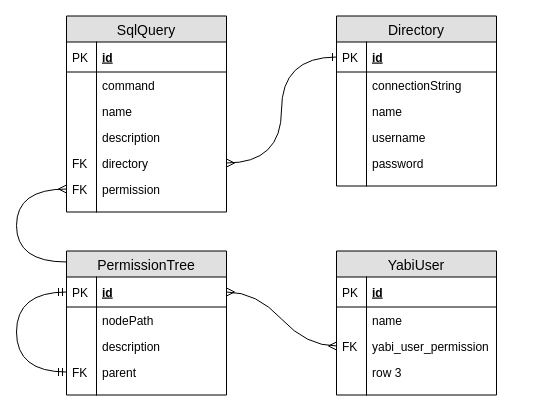
hydrocat/Master-Project keeps this draw.io diagram as images/diagramas/er.drawio. Above is the earlier version. Source tidied: cells renumbered, new cells numbered last; positions are measured from the earlier drawing's top-left corner, leaving out a move shared by most shapes. Both pictures are drawn from the tidied source at 100%, with x=0, y=0 at pixel (16, 16).
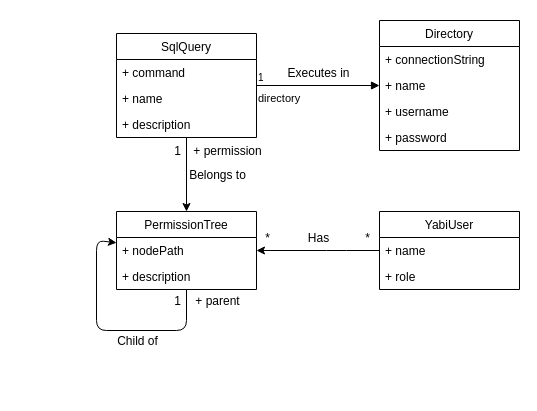
After the change.

What changed in the source:
```diff
@@
+    <mxCell id="38" value="SqlQuery" style="swimlane;fontStyle=0;horizontal=1;startSize=26;fillColor=none;" parent="1" vertex="1">
+      <mxGeometry x="100" y="17" width="140" height="104" as="geometry" />
+    </mxCell>
+    <mxCell id="56" value="+ command" style="text;strokeColor=none;fillColor=none;align=left;verticalAlign=top;spacingLeft=4;spacingRight=4;overflow=hidden;" parent="38" vertex="1">
+      <mxGeometry y="26" width="140" height="26" as="geometry" />
+    </mxCell>
+    <mxCell id="57" value="+ name" style="text;strokeColor=none;fillColor=none;align=left;verticalAlign=top;spacingLeft=4;spacingRight=4;overflow=hidden;" parent="38" vertex="1">
+      <mxGeometry y="52" width="140" height="26" as="geometry" />
+    </mxCell>
+    <mxCell id="58" value="+ description" style="text;strokeColor=none;fillColor=none;align=left;verticalAlign=top;spacingLeft=4;spacingRight=4;overflow=hidden;" parent="38" vertex="1">
+      <mxGeometry y="78" width="140" height="26" as="geometry" />
+    </mxCell>
+    <mxCell id="25" value="Directory" style="swimlane;fontStyle=0;horizontal=1;startSize=26;fillColor=none;" parent="1" vertex="1">
+      <mxGeometry x="363" y="4" width="140" height="130" as="geometry" />
+    </mxCell>
+    <mxCell id="59" value="+ connectionString" style="text;strokeColor=none;fillColor=none;align=left;verticalAlign=top;spacingLeft=4;spacingRight=4;overflow=hidden;" parent="25" vertex="1">
+      <mxGeometry y="26" width="140" height="26" as="geometry" />
+    </mxCell>
+    <mxCell id="60" value="+ name" style="text;strokeColor=none;fillColor=none;align=left;verticalAlign=top;spacingLeft=4;spacingRight=4;overflow=hidden;" parent="25" vertex="1">
+      <mxGeometry y="52" width="140" height="26" as="geometry" />
+    </mxCell>
+    <mxCell id="61" value="+ username" style="text;strokeColor=none;fillColor=none;align=left;verticalAlign=top;spacingLeft=4;spacingRight=4;overflow=hidden;" parent="25" vertex="1">
+      <mxGeometry y="78" width="140" height="26" as="geometry" />
+    </mxCell>
+    <mxCell id="62" value="+ password" style="text;strokeColor=none;fillColor=none;align=left;verticalAlign=top;spacingLeft=4;spacingRight=4;overflow=hidden;" parent="25" vertex="1">
+      <mxGeometry y="104" width="140" height="26" as="geometry" />
+    </mxCell>
-    <mxCell id="2" value="PermissionTree" style="swimlane;fontStyle=0;horizontal=1;startSize=26;fillColor=#e0e0e0;swimlaneFillColor=#ffffff;align=center;fontSize=14;" parent="1" vertex="1">
-      <mxGeometry x="50" y="234.5" width="160" height="144" as="geometry" />
+    <mxCell id="2" value="PermissionTree" style="swimlane;fontStyle=0;horizontal=1;startSize=26;fillColor=none;" parent="1" vertex="1">
+      <mxGeometry x="100" y="195" width="140" height="78" as="geometry" />
     </mxCell>
-    <mxCell id="3" value="id" style="shape=partialRectangle;top=0;left=0;right=0;bottom=1;align=left;verticalAlign=middle;fillColor=none;spacingLeft=34;spacingRight=4;overflow=hidden;points=[[0,0.5],[1,0.5]];portConstraint=eastwest;fontStyle=5;fontSize=12;" parent="2" vertex="1">
-      <mxGeometry y="26" width="160" height="30" as="geometry" />
-    </mxCell>
-    <mxCell id="4" value="PK" style="shape=partialRectangle;top=0;left=0;bottom=0;fillColor=none;align=left;verticalAlign=middle;spacingLeft=4;spacingRight=4;overflow=hidden;fontSize=12;" parent="3" vertex="1">
-      <mxGeometry width="30" height="30" as="geometry" />
-    </mxCell>
-    <mxCell id="5" value="nodePath" style="shape=partialRectangle;top=0;left=0;right=0;bottom=0;align=left;verticalAlign=top;fillColor=none;spacingLeft=34;spacingRight=4;overflow=hidden;fontSize=12;" parent="2" vertex="1">
-      <mxGeometry y="56" width="160" height="26" as="geometry" />
-    </mxCell>
-    <mxCell id="6" style="shape=partialRectangle;top=0;left=0;bottom=0;fillColor=none;align=left;verticalAlign=top;spacingLeft=4;spacingRight=4;overflow=hidden;fontSize=12;" parent="5" vertex="1">
-      <mxGeometry width="30" height="26" as="geometry" />
-    </mxCell>
-    <mxCell id="7" value="description" style="shape=partialRectangle;top=0;left=0;right=0;bottom=0;align=left;verticalAlign=top;fillColor=none;spacingLeft=34;spacingRight=4;overflow=hidden;fontSize=12;" parent="2" vertex="1">
-      <mxGeometry y="82" width="160" height="26" as="geometry" />
-    </mxCell>
-    <mxCell id="8" style="shape=partialRectangle;top=0;left=0;bottom=0;fillColor=none;align=left;verticalAlign=top;spacingLeft=4;spacingRight=4;overflow=hidden;fontSize=12;" parent="7" vertex="1">
-      <mxGeometry width="30" height="26" as="geometry" />
-    </mxCell>
-    <mxCell id="9" value="parent" style="shape=partialRectangle;top=0;left=0;right=0;bottom=0;align=left;verticalAlign=top;fillColor=none;spacingLeft=34;spacingRight=4;overflow=hidden;points=[[0,0.5],[1,0.5]];portConstraint=eastwest;fontSize=12;" parent="2" vertex="1">
-      <mxGeometry y="108" width="160" height="26" as="geometry" />
-    </mxCell>
-    <mxCell id="10" value="FK" style="shape=partialRectangle;top=0;left=0;bottom=0;fillColor=none;align=left;verticalAlign=top;spacingLeft=4;spacingRight=4;overflow=hidden;fontSize=12;" parent="9" vertex="1">
-      <mxGeometry width="30" height="26" as="geometry" />
-    </mxCell>
-    <mxCell id="11" style="shape=partialRectangle;top=0;left=0;right=0;bottom=0;align=left;verticalAlign=top;fillColor=none;spacingLeft=34;spacingRight=4;overflow=hidden;fontSize=12;" parent="2" vertex="1">
-      <mxGeometry y="134" width="160" height="10" as="geometry" />
-    </mxCell>
-    <mxCell id="12" style="shape=partialRectangle;top=0;left=0;bottom=0;fillColor=none;align=left;verticalAlign=top;spacingLeft=4;spacingRight=4;overflow=hidden;fontSize=12;" parent="11" vertex="1">
-      <mxGeometry width="30" height="10" as="geometry" />
-    </mxCell>
-    <mxCell id="13" style="fontSize=12;html=1;endArrow=ERmandOne;startArrow=ERmandOne;edgeStyle=elbowEdgeStyle;entryX=0;entryY=0.5;entryDx=0;entryDy=0;curved=1;" parent="2" edge="1" source="9" target="3">
-      <mxGeometry relative="1" as="geometry">
-        <Array as="points">
-          <mxPoint x="-50" y="90" />
-        </Array>
-      </mxGeometry>
-    </mxCell>
+    <mxCell id="63" value="+ nodePath" style="text;strokeColor=none;fillColor=none;align=left;verticalAlign=top;spacingLeft=4;spacingRight=4;overflow=hidden;" parent="2" vertex="1">
+      <mxGeometry y="26" width="140" height="26" as="geometry" />
+    </mxCell>
+    <mxCell id="64" value="+ description" style="text;strokeColor=none;fillColor=none;align=left;verticalAlign=top;spacingLeft=4;spacingRight=4;overflow=hidden;points=[[0,0.5],[1,0.5]];portConstraint=eastwest;" parent="2" vertex="1">
+      <mxGeometry y="52" width="140" height="26" as="geometry" />
+    </mxCell>
+    <mxCell id="65" style="endArrow=classic;html=1;" parent="2" edge="1" source="64" target="2">
+      <mxGeometry relative="1" as="geometry">
+        <Array as="points">
+          <mxPoint x="70" y="119" />
+          <mxPoint x="-20" y="119" />
+          <mxPoint x="-20" y="29" />
+        </Array>
+      </mxGeometry>
+    </mxCell>
+    <mxCell id="66" value="+ parent" style="text;html=1;align=center;verticalAlign=middle;labelBackgroundColor=#ffffff;" parent="65" vertex="1">
+      <mxGeometry x="-0.67" y="-17" relative="1" as="geometry">
+        <mxPoint x="47" y="-29" as="offset" />
+      </mxGeometry>
+    </mxCell>
+    <mxCell id="67" value="1" style="text;html=1;align=center;verticalAlign=middle;labelBackgroundColor=#ffffff;" parent="65" vertex="1">
+      <mxGeometry x="-0.66" y="-18" relative="1" as="geometry">
+        <mxPoint x="-10" y="-12" as="offset" />
+      </mxGeometry>
+    </mxCell>
+    <mxCell id="68" value="Child of" style="text;html=1;align=center;verticalAlign=middle;labelBackgroundColor=#ffffff;" parent="65" vertex="1">
+      <mxGeometry x="-0.66" y="-20" relative="1" as="geometry">
+        <mxPoint x="-50" y="30" as="offset" />
+      </mxGeometry>
+    </mxCell>
-    <mxCell id="14" value="YabiUser" style="swimlane;fontStyle=0;horizontal=1;startSize=26;fillColor=#e0e0e0;swimlaneFillColor=#ffffff;align=center;fontSize=14;" parent="1" vertex="1">
-      <mxGeometry x="320" y="234.5" width="160" height="144" as="geometry" />
+    <mxCell id="14" value="YabiUser" style="swimlane;fontStyle=0;horizontal=1;startSize=26;fillColor=none;" parent="1" vertex="1">
+      <mxGeometry x="363" y="195" width="140" height="78" as="geometry" />
     </mxCell>
-    <mxCell id="15" value="id" style="shape=partialRectangle;top=0;left=0;right=0;bottom=1;align=left;verticalAlign=middle;fillColor=none;spacingLeft=34;spacingRight=4;overflow=hidden;fontStyle=5;fontSize=12;" parent="14" vertex="1">
-      <mxGeometry y="26" width="160" height="30" as="geometry" />
-    </mxCell>
-    <mxCell id="16" value="PK" style="shape=partialRectangle;top=0;left=0;bottom=0;fillColor=none;align=left;verticalAlign=middle;spacingLeft=4;spacingRight=4;overflow=hidden;fontSize=12;" parent="15" vertex="1">
-      <mxGeometry width="30" height="30" as="geometry" />
-    </mxCell>
-    <mxCell id="17" value="name" style="shape=partialRectangle;top=0;left=0;right=0;bottom=0;align=left;verticalAlign=top;fillColor=none;spacingLeft=34;spacingRight=4;overflow=hidden;fontSize=12;" parent="14" vertex="1">
-      <mxGeometry y="56" width="160" height="26" as="geometry" />
-    </mxCell>
-    <mxCell id="18" style="shape=partialRectangle;top=0;left=0;bottom=0;fillColor=none;align=left;verticalAlign=top;spacingLeft=4;spacingRight=4;overflow=hidden;fontSize=12;" parent="17" vertex="1">
-      <mxGeometry width="30" height="26" as="geometry" />
-    </mxCell>
-    <mxCell id="19" value="yabi_user_permission" style="shape=partialRectangle;top=0;left=0;right=0;bottom=0;align=left;verticalAlign=top;fillColor=none;spacingLeft=34;spacingRight=4;overflow=hidden;points=[[0,0.5],[1,0.5]];portConstraint=eastwest;fontSize=12;" parent="14" vertex="1">
-      <mxGeometry y="82" width="160" height="26" as="geometry" />
-    </mxCell>
-    <mxCell id="20" value="FK" style="shape=partialRectangle;top=0;left=0;bottom=0;fillColor=none;align=left;verticalAlign=top;spacingLeft=4;spacingRight=4;overflow=hidden;fontSize=12;" parent="19" vertex="1">
-      <mxGeometry width="30" height="26" as="geometry" />
-    </mxCell>
-    <mxCell id="21" value="row 3" style="shape=partialRectangle;top=0;left=0;right=0;bottom=0;align=left;verticalAlign=top;fillColor=none;spacingLeft=34;spacingRight=4;overflow=hidden;fontSize=12;" parent="14" vertex="1">
-      <mxGeometry y="108" width="160" height="26" as="geometry" />
-    </mxCell>
-    <mxCell id="22" style="shape=partialRectangle;top=0;left=0;bottom=0;fillColor=none;align=left;verticalAlign=top;spacingLeft=4;spacingRight=4;overflow=hidden;fontSize=12;" parent="21" vertex="1">
-      <mxGeometry width="30" height="26" as="geometry" />
-    </mxCell>
-    <mxCell id="23" style="shape=partialRectangle;top=0;left=0;right=0;bottom=0;align=left;verticalAlign=top;fillColor=none;spacingLeft=34;spacingRight=4;overflow=hidden;fontSize=12;" parent="14" vertex="1">
-      <mxGeometry y="134" width="160" height="10" as="geometry" />
-    </mxCell>
-    <mxCell id="24" style="shape=partialRectangle;top=0;left=0;bottom=0;fillColor=none;align=left;verticalAlign=top;spacingLeft=4;spacingRight=4;overflow=hidden;fontSize=12;" parent="23" vertex="1">
-      <mxGeometry width="30" height="10" as="geometry" />
-    </mxCell>
-    <mxCell id="25" value="Directory" style="swimlane;fontStyle=0;horizontal=1;startSize=26;fillColor=#e0e0e0;swimlaneFillColor=#ffffff;align=center;fontSize=14;" parent="1" vertex="1">
-      <mxGeometry x="320" y="-0.5" width="160" height="170" as="geometry" />
-    </mxCell>
-    <mxCell id="26" value="id" style="shape=partialRectangle;top=0;left=0;right=0;bottom=1;align=left;verticalAlign=middle;fillColor=none;spacingLeft=34;spacingRight=4;overflow=hidden;points=[[0,0.5],[1,0.5]];portConstraint=eastwest;fontStyle=5;fontSize=12;" parent="25" vertex="1">
-      <mxGeometry y="26" width="160" height="30" as="geometry" />
-    </mxCell>
-    <mxCell id="27" value="PK" style="shape=partialRectangle;top=0;left=0;bottom=0;fillColor=none;align=left;verticalAlign=middle;spacingLeft=4;spacingRight=4;overflow=hidden;fontSize=12;" parent="26" vertex="1">
-      <mxGeometry width="30" height="30" as="geometry" />
-    </mxCell>
-    <mxCell id="28" value="connectionString" style="shape=partialRectangle;top=0;left=0;right=0;bottom=0;align=left;verticalAlign=top;fillColor=none;spacingLeft=34;spacingRight=4;overflow=hidden;fontSize=12;" parent="25" vertex="1">
-      <mxGeometry y="56" width="160" height="26" as="geometry" />
-    </mxCell>
-    <mxCell id="29" style="shape=partialRectangle;top=0;left=0;bottom=0;fillColor=none;align=left;verticalAlign=top;spacingLeft=4;spacingRight=4;overflow=hidden;fontSize=12;" parent="28" vertex="1">
-      <mxGeometry width="30" height="26" as="geometry" />
-    </mxCell>
-    <mxCell id="30" value="name&#10;" style="shape=partialRectangle;top=0;left=0;right=0;bottom=0;align=left;verticalAlign=top;fillColor=none;spacingLeft=34;spacingRight=4;overflow=hidden;fontSize=12;" parent="25" vertex="1">
-      <mxGeometry y="82" width="160" height="26" as="geometry" />
-    </mxCell>
-    <mxCell id="31" style="shape=partialRectangle;top=0;left=0;bottom=0;fillColor=none;align=left;verticalAlign=top;spacingLeft=4;spacingRight=4;overflow=hidden;fontSize=12;" parent="30" vertex="1">
-      <mxGeometry width="30" height="26" as="geometry" />
-    </mxCell>
-    <mxCell id="32" value="username" style="shape=partialRectangle;top=0;left=0;right=0;bottom=0;align=left;verticalAlign=top;fillColor=none;spacingLeft=34;spacingRight=4;overflow=hidden;fontSize=12;" parent="25" vertex="1">
-      <mxGeometry y="108" width="160" height="26" as="geometry" />
-    </mxCell>
-    <mxCell id="33" style="shape=partialRectangle;top=0;left=0;bottom=0;fillColor=none;align=left;verticalAlign=top;spacingLeft=4;spacingRight=4;overflow=hidden;fontSize=12;" parent="32" vertex="1">
-      <mxGeometry width="30" height="26" as="geometry" />
-    </mxCell>
-    <mxCell id="34" value="password" style="shape=partialRectangle;top=0;left=0;right=0;bottom=0;align=left;verticalAlign=top;fillColor=none;spacingLeft=34;spacingRight=4;overflow=hidden;fontSize=12;" parent="25" vertex="1">
-      <mxGeometry y="134" width="160" height="26" as="geometry" />
-    </mxCell>
-    <mxCell id="35" style="shape=partialRectangle;top=0;left=0;bottom=0;fillColor=none;align=left;verticalAlign=top;spacingLeft=4;spacingRight=4;overflow=hidden;fontSize=12;" parent="34" vertex="1">
-      <mxGeometry width="30" height="26" as="geometry" />
-    </mxCell>
-    <mxCell id="36" style="shape=partialRectangle;top=0;left=0;right=0;bottom=0;align=left;verticalAlign=top;fillColor=none;spacingLeft=34;spacingRight=4;overflow=hidden;fontSize=12;" parent="25" vertex="1">
-      <mxGeometry y="160" width="160" height="10" as="geometry" />
-    </mxCell>
-    <mxCell id="37" style="shape=partialRectangle;top=0;left=0;bottom=0;fillColor=none;align=left;verticalAlign=top;spacingLeft=4;spacingRight=4;overflow=hidden;fontSize=12;" parent="36" vertex="1">
-      <mxGeometry width="30" height="10" as="geometry" />
-    </mxCell>
-    <mxCell id="38" value="SqlQuery" style="swimlane;fontStyle=0;horizontal=1;startSize=26;fillColor=#e0e0e0;swimlaneFillColor=#ffffff;align=center;fontSize=14;" parent="1" vertex="1">
-      <mxGeometry x="50" y="-0.5" width="160" height="196" as="geometry" />
-    </mxCell>
-    <mxCell id="39" value="id" style="shape=partialRectangle;top=0;left=0;right=0;bottom=1;align=left;verticalAlign=middle;fillColor=none;spacingLeft=34;spacingRight=4;overflow=hidden;fontStyle=5;fontSize=12;" parent="38" vertex="1">
-      <mxGeometry y="26" width="160" height="30" as="geometry" />
-    </mxCell>
-    <mxCell id="40" value="PK" style="shape=partialRectangle;top=0;left=0;bottom=0;fillColor=none;align=left;verticalAlign=middle;spacingLeft=4;spacingRight=4;overflow=hidden;fontSize=12;" parent="39" vertex="1">
-      <mxGeometry width="30" height="30" as="geometry" />
-    </mxCell>
-    <mxCell id="41" value="command&#10;" style="shape=partialRectangle;top=0;left=0;right=0;bottom=0;align=left;verticalAlign=top;fillColor=none;spacingLeft=34;spacingRight=4;overflow=hidden;fontSize=12;" parent="38" vertex="1">
-      <mxGeometry y="56" width="160" height="26" as="geometry" />
-    </mxCell>
-    <mxCell id="42" style="shape=partialRectangle;top=0;left=0;bottom=0;fillColor=none;align=left;verticalAlign=top;spacingLeft=4;spacingRight=4;overflow=hidden;fontSize=12;" parent="41" vertex="1">
-      <mxGeometry width="30" height="26" as="geometry" />
-    </mxCell>
-    <mxCell id="43" value="name" style="shape=partialRectangle;top=0;left=0;right=0;bottom=0;align=left;verticalAlign=top;fillColor=none;spacingLeft=34;spacingRight=4;overflow=hidden;fontSize=12;" parent="38" vertex="1">
-      <mxGeometry y="82" width="160" height="26" as="geometry" />
-    </mxCell>
-    <mxCell id="44" style="shape=partialRectangle;top=0;left=0;bottom=0;fillColor=none;align=left;verticalAlign=top;spacingLeft=4;spacingRight=4;overflow=hidden;fontSize=12;" parent="43" vertex="1">
-      <mxGeometry width="30" height="26" as="geometry" />
-    </mxCell>
-    <mxCell id="45" value="description" style="shape=partialRectangle;top=0;left=0;right=0;bottom=0;align=left;verticalAlign=top;fillColor=none;spacingLeft=34;spacingRight=4;overflow=hidden;fontSize=12;" parent="38" vertex="1">
-      <mxGeometry y="108" width="160" height="26" as="geometry" />
-    </mxCell>
-    <mxCell id="46" style="shape=partialRectangle;top=0;left=0;bottom=0;fillColor=none;align=left;verticalAlign=top;spacingLeft=4;spacingRight=4;overflow=hidden;fontSize=12;" parent="45" vertex="1">
-      <mxGeometry width="30" height="26" as="geometry" />
-    </mxCell>
+    <mxCell id="69" value="+ name" style="text;strokeColor=none;fillColor=none;align=left;verticalAlign=top;spacingLeft=4;spacingRight=4;overflow=hidden;" parent="14" vertex="1">
+      <mxGeometry y="26" width="140" height="26" as="geometry" />
+    </mxCell>
+    <mxCell id="70" value="+ role" style="text;strokeColor=none;fillColor=none;align=left;verticalAlign=top;spacingLeft=4;spacingRight=4;overflow=hidden;" parent="14" vertex="1">
+      <mxGeometry y="52" width="140" height="26" as="geometry" />
+    </mxCell>
-    <mxCell id="47" value="directory" style="shape=partialRectangle;top=0;left=0;right=0;bottom=0;align=left;verticalAlign=top;fillColor=none;spacingLeft=34;spacingRight=4;overflow=hidden;points=[[0,0.5],[1,0.5]];portConstraint=eastwest;fontSize=12;" parent="38" vertex="1">
-      <mxGeometry y="134" width="160" height="26" as="geometry" />
+    <mxCell id="47" value="directory" style="endArrow=block;endFill=1;html=1;edgeStyle=orthogonalEdgeStyle;align=left;verticalAlign=top;" parent="1" edge="1" source="38" target="25">
+      <mxGeometry x="-1" relative="1" as="geometry" />
     </mxCell>
-    <mxCell id="48" value="FK" style="shape=partialRectangle;top=0;left=0;bottom=0;fillColor=none;align=left;verticalAlign=top;spacingLeft=4;spacingRight=4;overflow=hidden;fontSize=12;" parent="47" vertex="1">
-      <mxGeometry width="30" height="26" as="geometry" />
-    </mxCell>
-    <mxCell id="49" value="permission" style="shape=partialRectangle;top=0;left=0;right=0;bottom=0;align=left;verticalAlign=top;fillColor=none;spacingLeft=34;spacingRight=4;overflow=hidden;points=[[0,0.5],[1,0.5]];portConstraint=eastwest;fontSize=12;" parent="38" vertex="1">
-      <mxGeometry y="160" width="160" height="26" as="geometry" />
-    </mxCell>
-    <mxCell id="50" value="FK" style="shape=partialRectangle;top=0;left=0;bottom=0;fillColor=none;align=left;verticalAlign=top;spacingLeft=4;spacingRight=4;overflow=hidden;fontSize=12;" parent="49" vertex="1">
-      <mxGeometry width="30" height="26" as="geometry" />
-    </mxCell>
-    <mxCell id="51" style="shape=partialRectangle;top=0;left=0;right=0;bottom=0;align=left;verticalAlign=top;fillColor=none;spacingLeft=34;spacingRight=4;overflow=hidden;fontSize=12;" parent="38" vertex="1">
-      <mxGeometry y="186" width="160" height="10" as="geometry" />
-    </mxCell>
-    <mxCell id="52" style="shape=partialRectangle;top=0;left=0;bottom=0;fillColor=none;align=left;verticalAlign=top;spacingLeft=4;spacingRight=4;overflow=hidden;fontSize=12;" parent="51" vertex="1">
-      <mxGeometry width="30" height="10" as="geometry" />
-    </mxCell>
-    <mxCell id="53" style="edgeStyle=entityRelationEdgeStyle;fontSize=12;html=1;endArrow=ERmany;startArrow=ERmany;entryX=0;entryY=0.5;entryDx=0;entryDy=0;exitX=1;exitY=0.5;exitDx=0;exitDy=0;curved=1;" parent="1" edge="1" source="3" target="19">
-      <mxGeometry relative="1" as="geometry" />
-    </mxCell>
-    <mxCell id="54" style="edgeStyle=elbowEdgeStyle;fontSize=12;html=1;endArrow=ERmany;curved=1;endFill=0;" parent="1" edge="1" source="2" target="49">
-      <mxGeometry relative="1" as="geometry">
-        <Array as="points">
-          <mxPoint y="245.5" />
-        </Array>
-      </mxGeometry>
-    </mxCell>
-    <mxCell id="55" style="edgeStyle=elbowEdgeStyle;fontSize=12;html=1;endArrow=ERmany;exitX=0;exitY=0.5;exitDx=0;exitDy=0;startArrow=ERone;startFill=0;curved=1;endFill=0;" parent="1" edge="1" source="26" target="47">
-      <mxGeometry relative="1" as="geometry" />
-    </mxCell>
+    <mxCell id="71" value="1" style="html=1;align=left;verticalAlign=bottom;labelBackgroundColor=#ffffff;fontSize=10;" parent="47" vertex="1">
+      <mxGeometry x="-1" relative="1" as="geometry" />
+    </mxCell>
+    <mxCell id="72" value="Executes in" style="text;html=1;align=center;verticalAlign=middle;labelBackgroundColor=#ffffff;" parent="47" vertex="1">
+      <mxGeometry x="0.16" y="-2" relative="1" as="geometry">
+        <mxPoint x="-9.5" y="-15" as="offset" />
+      </mxGeometry>
+    </mxCell>
+    <mxCell id="73" style="endArrow=classic;html=1;" parent="1" edge="1" source="38" target="2">
+      <mxGeometry relative="1" as="geometry" />
+    </mxCell>
+    <mxCell id="74" value="+ permission" style="text;html=1;align=center;verticalAlign=middle;labelBackgroundColor=#ffffff;" parent="73" vertex="1">
+      <mxGeometry x="-0.46" y="3" relative="1" as="geometry">
+        <mxPoint x="37" y="-7" as="offset" />
+      </mxGeometry>
+    </mxCell>
+    <mxCell id="75" value="1" style="text;html=1;align=center;verticalAlign=middle;labelBackgroundColor=#ffffff;" parent="73" vertex="1">
+      <mxGeometry x="-0.29" y="5" relative="1" as="geometry">
+        <mxPoint x="-15" y="-13" as="offset" />
+      </mxGeometry>
+    </mxCell>
+    <mxCell id="76" value="Belongs to" style="text;html=1;align=center;verticalAlign=middle;labelBackgroundColor=#ffffff;" parent="73" vertex="1">
+      <mxGeometry x="0.32" y="1" relative="1" as="geometry">
+        <mxPoint x="29" y="-12" as="offset" />
+      </mxGeometry>
+    </mxCell>
+    <mxCell id="77" style="endArrow=classic;html=1;" parent="1" edge="1" source="14" target="2">
+      <mxGeometry relative="1" as="geometry">
+        <Array as="points">
+          <mxPoint x="320" y="234" />
+        </Array>
+      </mxGeometry>
+    </mxCell>
+    <mxCell id="78" value="*" style="text;html=1;align=center;verticalAlign=middle;labelBackgroundColor=#ffffff;" parent="77" vertex="1">
+      <mxGeometry x="0.79" y="-4" relative="1" as="geometry">
+        <mxPoint x="-2.5" y="-9" as="offset" />
+      </mxGeometry>
+    </mxCell>
+    <mxCell id="79" value="*" style="text;html=1;align=center;verticalAlign=middle;labelBackgroundColor=#ffffff;" parent="77" vertex="1">
+      <mxGeometry x="-0.51" y="-4" relative="1" as="geometry">
+        <mxPoint x="17" y="-9" as="offset" />
+      </mxGeometry>
+    </mxCell>
+    <mxCell id="80" value="Has" style="text;html=1;align=center;verticalAlign=middle;labelBackgroundColor=#ffffff;" parent="77" vertex="1">
+      <mxGeometry x="0.44" y="3" relative="1" as="geometry">
+        <mxPoint x="27" y="-16" as="offset" />
+      </mxGeometry>
+    </mxCell>
```
